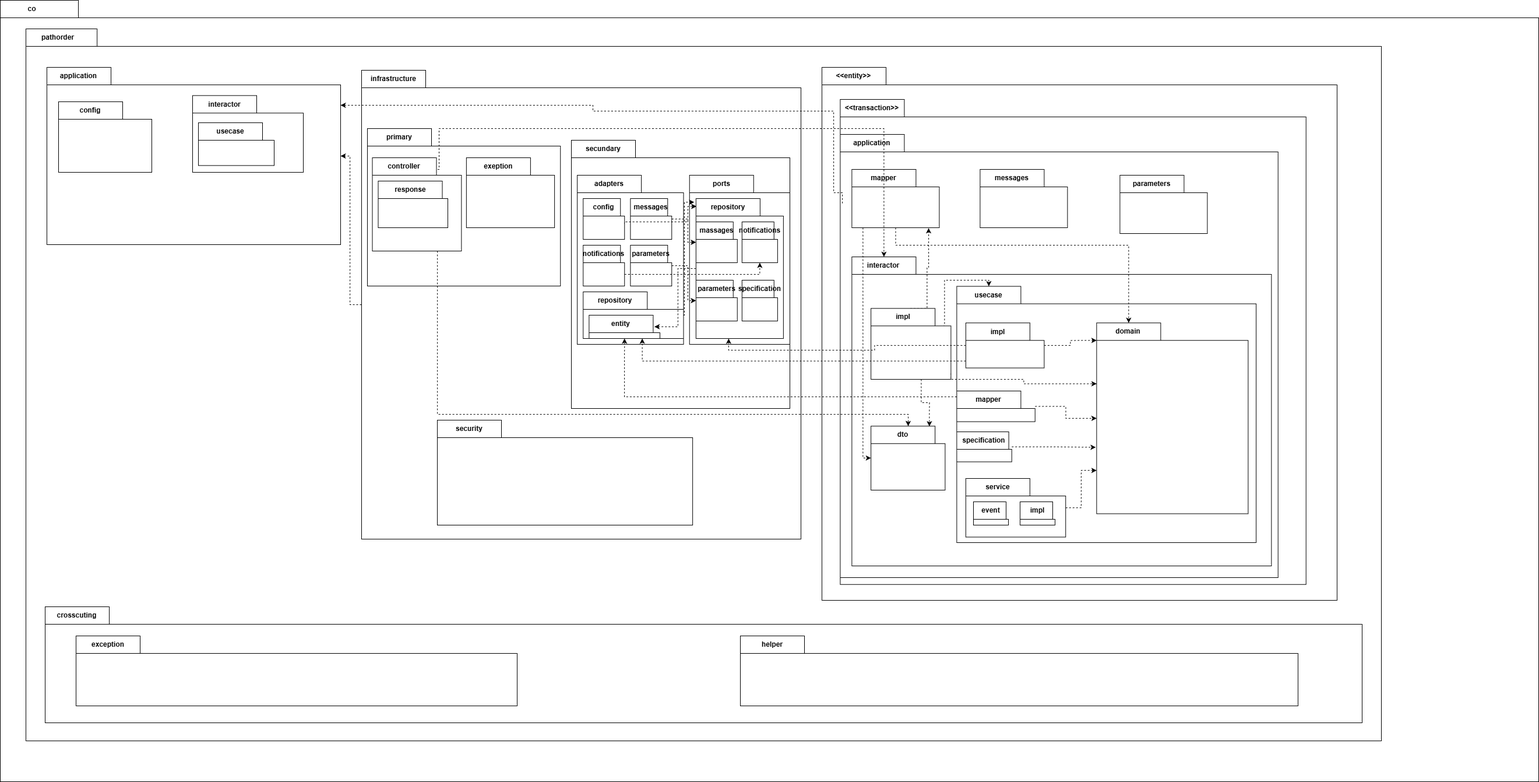
jeanortiz22/PathOrder---Documentacion keeps this draw.io diagram as sf2-Diagrama de paquetes back end.drawio.png. Above is the earlier version. Source tidied: cells renumbered, new cells last; positions are measured from the earlier drawing's top-left corner, leaving out a move shared by most shapes.
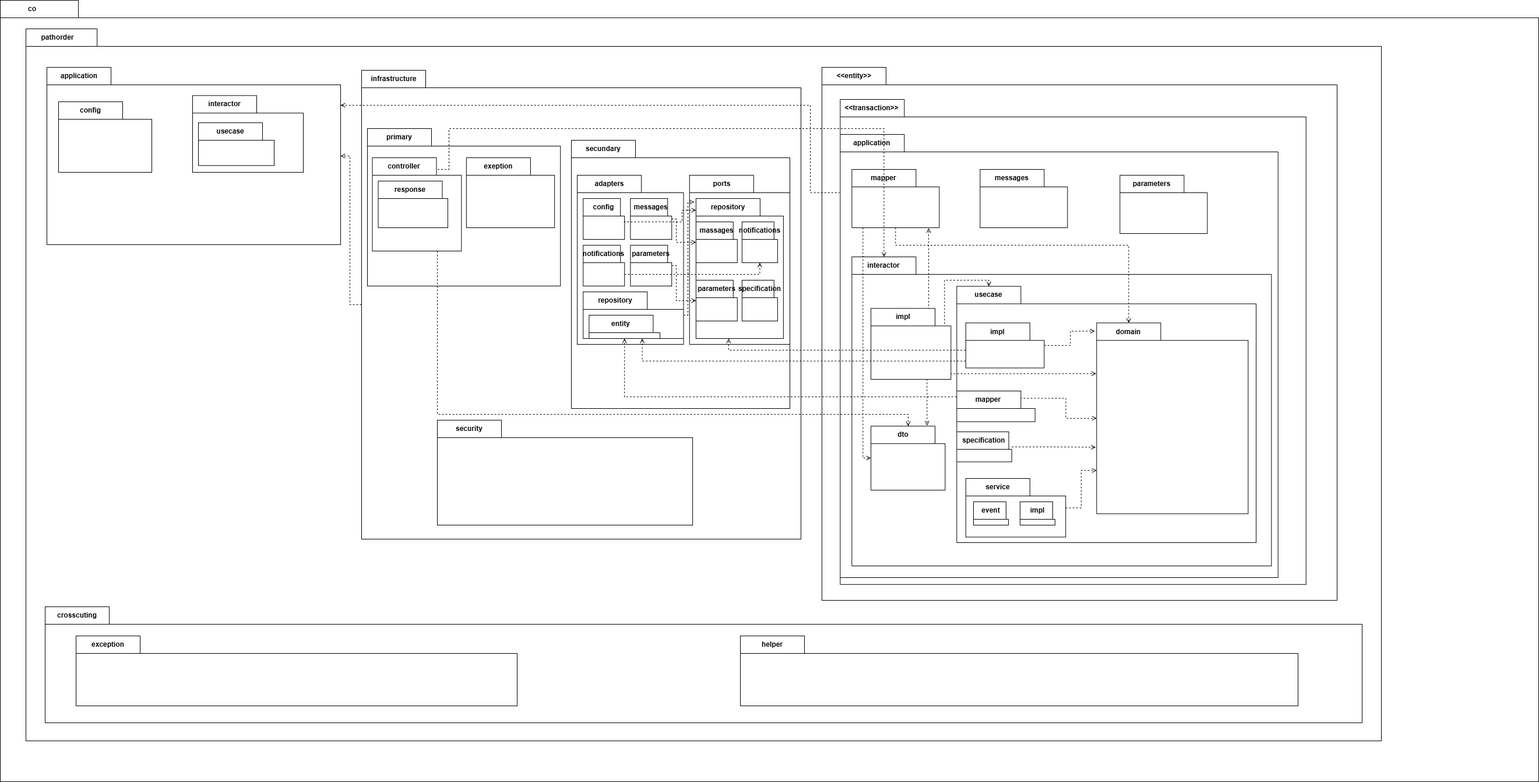
After the change.

Commit message:
Ajusta bien el de paquetes backend

The edit, as a diff of the source:
```diff
@@ -40,7 +40,7 @@
         <mxPoint y="30" as="offset" />
       </mxGeometry>
     </mxCell>
-    <mxCell id="12" style="edgeStyle=orthogonalEdgeStyle;rounded=0;jettySize=auto;html=1;dashed=1;" parent="3" edge="1" source="13" target="4">
+    <mxCell id="12" style="edgeStyle=orthogonalEdgeStyle;rounded=0;jettySize=auto;html=1;dashed=1;endArrow=open;endFill=0;" parent="3" edge="1" source="13" target="4">
       <mxGeometry relative="1" as="geometry" />
     </mxCell>
     <mxCell id="13" value="infrastructure" style="shape=folder;fontStyle=1;tabWidth=110;tabHeight=30;tabPosition=left;html=1;boundedLbl=1;labelInHeader=1;whiteSpace=wrap;" parent="3" vertex="1">
@@ -171,45 +171,45 @@
         <mxPoint y="30" as="offset" />
       </mxGeometry>
     </mxCell>
-    <mxCell id="45" style="edgeStyle=orthogonalEdgeStyle;rounded=0;jettySize=auto;html=1;dashed=1;" parent="17" edge="1" source="23" target="37">
+    <mxCell id="45" style="edgeStyle=orthogonalEdgeStyle;rounded=0;jettySize=auto;html=1;dashed=1;endArrow=open;endFill=0;" parent="17" edge="1" source="23" target="37">
       <mxGeometry relative="1" as="geometry">
         <Array as="points">
-          <mxPoint x="200" y="135" />
-          <mxPoint x="200" y="175" />
+          <mxPoint x="180" y="135" />
+          <mxPoint x="180" y="175" />
         </Array>
       </mxGeometry>
     </mxCell>
-    <mxCell id="46" style="edgeStyle=orthogonalEdgeStyle;rounded=0;jettySize=auto;html=1;dashed=1;" parent="17" edge="1" source="27" target="41">
+    <mxCell id="46" style="edgeStyle=orthogonalEdgeStyle;rounded=0;jettySize=auto;html=1;dashed=1;endArrow=open;endFill=0;" parent="17" edge="1" source="27" target="41">
       <mxGeometry relative="1" as="geometry">
         <Array as="points">
-          <mxPoint x="200" y="215" />
-          <mxPoint x="200" y="275" />
+          <mxPoint x="180" y="215" />
+          <mxPoint x="180" y="275" />
         </Array>
       </mxGeometry>
     </mxCell>
-    <mxCell id="47" style="edgeStyle=orthogonalEdgeStyle;rounded=0;jettySize=auto;html=1;exitX=0;exitY=0;exitDx=70.94086021505376;exitDy=50;exitPerimeter=0;entryX=0.5;entryY=1;entryDx=0;entryDy=0;entryPerimeter=0;dashed=1;" parent="17" edge="1" source="25" target="39">
+    <mxCell id="47" style="edgeStyle=orthogonalEdgeStyle;rounded=0;jettySize=auto;html=1;exitX=0;exitY=0;exitDx=70.94086021505376;exitDy=50;exitPerimeter=0;entryX=0.5;entryY=1;entryDx=0;entryDy=0;entryPerimeter=0;dashed=1;endArrow=open;endFill=0;" parent="17" edge="1" source="25" target="39">
       <mxGeometry relative="1" as="geometry" />
     </mxCell>
-    <mxCell id="48" style="edgeStyle=orthogonalEdgeStyle;rounded=0;jettySize=auto;html=1;exitX=0;exitY=0;exitDx=70.94086021505376;exitDy=50;exitPerimeter=0;entryX=0.005;entryY=0.056;entryDx=0;entryDy=0;entryPerimeter=0;dashed=1;" parent="17" edge="1" source="21" target="35">
+    <mxCell id="48" style="edgeStyle=orthogonalEdgeStyle;rounded=0;jettySize=auto;html=1;entryX=0.001;entryY=0.085;entryDx=0;entryDy=0;entryPerimeter=0;dashed=1;endArrow=open;endFill=0;" parent="17" edge="1" target="35">
       <mxGeometry relative="1" as="geometry">
+        <mxPoint x="90" y="140" as="sourcePoint" />
         <Array as="points">
-          <mxPoint x="91" y="140" />
-          <mxPoint x="200" y="140" />
-          <mxPoint x="200" y="113" />
+          <mxPoint x="90" y="140" />
+          <mxPoint x="190" y="140" />
+          <mxPoint x="190" y="120" />
+          <mxPoint x="214" y="120" />
         </Array>
       </mxGeometry>
     </mxCell>
-    <mxCell id="49" style="edgeStyle=orthogonalEdgeStyle;rounded=0;jettySize=auto;html=1;entryX=-0.02;entryY=0.026;entryDx=0;entryDy=0;entryPerimeter=0;dashed=1;" parent="17" edge="1" source="29" target="35">
+    <mxCell id="49" style="edgeStyle=orthogonalEdgeStyle;rounded=0;jettySize=auto;html=1;dashed=1;endArrow=open;endFill=0;" parent="17" edge="1" source="29">
       <mxGeometry relative="1" as="geometry">
+        <mxPoint x="211" y="106" as="targetPoint" />
         <Array as="points">
-          <mxPoint x="194" y="300" />
-          <mxPoint x="194" y="106" />
+          <mxPoint x="200" y="300" />
+          <mxPoint x="200" y="106" />
         </Array>
       </mxGeometry>
     </mxCell>
-    <mxCell id="50" style="edgeStyle=orthogonalEdgeStyle;rounded=0;jettySize=auto;html=1;entryX=0.922;entryY=0.494;entryDx=0;entryDy=0;entryPerimeter=0;dashed=1;" parent="17" edge="1" source="35" target="31">
-      <mxGeometry relative="1" as="geometry" />
-    </mxCell>
     <mxCell id="51" value="primary" style="shape=folder;fontStyle=1;tabWidth=110;tabHeight=30;tabPosition=left;html=1;boundedLbl=1;labelInHeader=1;whiteSpace=wrap;" parent="13" vertex="1">
       <mxGeometry x="10" y="100" width="331.2" height="270" as="geometry" />
     </mxCell>
@@ -309,7 +309,7 @@
         <mxPoint y="30" as="offset" />
       </mxGeometry>
     </mxCell>
-    <mxCell id="76" style="edgeStyle=orthogonalEdgeStyle;rounded=0;jettySize=auto;html=1;dashed=1;" parent="70" edge="1" source="77" target="74">
+    <mxCell id="76" style="edgeStyle=orthogonalEdgeStyle;rounded=0;jettySize=auto;html=1;dashed=1;exitX=0.809;exitY=0.237;exitDx=0;exitDy=0;exitPerimeter=0;endArrow=open;endFill=0;" parent="70" edge="1" source="77" target="74">
       <mxGeometry relative="1" as="geometry" />
     </mxCell>
     <mxCell id="77" value="mapper" style="shape=folder;fontStyle=1;tabWidth=110;tabHeight=30;tabPosition=left;html=1;boundedLbl=1;labelInHeader=1;whiteSpace=wrap;" parent="70" vertex="1">
@@ -352,24 +352,24 @@
         <mxPoint y="30" as="offset" />
       </mxGeometry>
     </mxCell>
-    <mxCell id="87" style="edgeStyle=orthogonalEdgeStyle;rounded=0;jettySize=auto;html=1;entryX=0;entryY=0;entryDx=0;entryDy=30;entryPerimeter=0;dashed=1;" parent="70" edge="1" source="72" target="74">
+    <mxCell id="87" style="edgeStyle=orthogonalEdgeStyle;rounded=0;jettySize=auto;html=1;entryX=-0.012;entryY=0.043;entryDx=0;entryDy=0;entryPerimeter=0;dashed=1;endArrow=open;endFill=0;" parent="70" edge="1" source="72" target="74">
       <mxGeometry relative="1" as="geometry" />
     </mxCell>
-    <mxCell id="88" style="edgeStyle=orthogonalEdgeStyle;rounded=0;jettySize=auto;html=1;entryX=-0.006;entryY=0.652;entryDx=0;entryDy=0;entryPerimeter=0;dashed=1;" parent="70" edge="1" source="79" target="74">
+    <mxCell id="88" style="edgeStyle=orthogonalEdgeStyle;rounded=0;jettySize=auto;html=1;entryX=-0.006;entryY=0.652;entryDx=0;entryDy=0;entryPerimeter=0;dashed=1;endArrow=open;endFill=0;" parent="70" edge="1" source="79" target="74">
       <mxGeometry relative="1" as="geometry" />
     </mxCell>
-    <mxCell id="89" style="edgeStyle=orthogonalEdgeStyle;rounded=0;jettySize=auto;html=1;entryX=0;entryY=0;entryDx=0;entryDy=252.90749999999997;entryPerimeter=0;dashed=1;" parent="70" edge="1" source="81" target="74">
+    <mxCell id="89" style="edgeStyle=orthogonalEdgeStyle;rounded=0;jettySize=auto;html=1;entryX=0;entryY=0;entryDx=0;entryDy=252.90749999999997;entryPerimeter=0;dashed=1;endArrow=open;endFill=0;" parent="70" edge="1" source="81" target="74">
       <mxGeometry relative="1" as="geometry" />
     </mxCell>
-    <mxCell id="90" style="edgeStyle=orthogonalEdgeStyle;rounded=0;jettySize=auto;html=1;entryX=0.788;entryY=0.004;entryDx=0;entryDy=0;entryPerimeter=0;dashed=1;" parent="64" edge="1" source="66" target="68">
+    <mxCell id="90" style="edgeStyle=orthogonalEdgeStyle;rounded=0;jettySize=auto;html=1;entryX=0.752;entryY=-0.008;entryDx=0;entryDy=0;entryPerimeter=0;dashed=1;exitX=0.75;exitY=1;exitDx=0;exitDy=0;exitPerimeter=0;endArrow=open;endFill=0;" parent="64" edge="1" source="66" target="68">
       <mxGeometry relative="1" as="geometry">
         <Array as="points">
-          <mxPoint x="119" y="250" />
-          <mxPoint x="133" y="250" />
+          <mxPoint x="129" y="210" />
+          <mxPoint x="129" y="289" />
         </Array>
       </mxGeometry>
     </mxCell>
-    <mxCell id="91" style="edgeStyle=orthogonalEdgeStyle;rounded=0;jettySize=auto;html=1;entryX=0;entryY=0;entryDx=55;entryDy=0;entryPerimeter=0;exitX=0;exitY=0;exitDx=123.635;exitDy=30;exitPerimeter=0;dashed=1;" parent="64" edge="1" source="66" target="70">
+    <mxCell id="91" style="edgeStyle=orthogonalEdgeStyle;rounded=0;jettySize=auto;html=1;entryX=0;entryY=0;entryDx=55;entryDy=0;entryPerimeter=0;exitX=0;exitY=0;exitDx=123.635;exitDy=30;exitPerimeter=0;dashed=1;endArrow=open;endFill=0;" parent="64" edge="1" source="66" target="70">
       <mxGeometry relative="1" as="geometry">
         <Array as="points">
           <mxPoint x="159" y="118" />
@@ -378,16 +378,14 @@
         </Array>
       </mxGeometry>
     </mxCell>
-    <mxCell id="92" style="edgeStyle=orthogonalEdgeStyle;rounded=0;jettySize=auto;html=1;exitX=0;exitY=0;exitDx=137.27;exitDy=98.7525;exitPerimeter=0;entryX=0;entryY=0;entryDx=0;entryDy=104.3025;entryPerimeter=0;dashed=1;" parent="64" edge="1" source="66" target="74">
+    <mxCell id="92" style="edgeStyle=orthogonalEdgeStyle;rounded=0;jettySize=auto;html=1;exitX=0;exitY=0;exitDx=137.27;exitDy=98.7525;exitPerimeter=0;dashed=1;endArrow=open;endFill=0;entryX=-0.003;entryY=0.266;entryDx=0;entryDy=0;entryPerimeter=0;" parent="64" edge="1" source="66" target="74">
       <mxGeometry relative="1" as="geometry">
         <Array as="points">
-          <mxPoint x="170" y="210" />
-          <mxPoint x="295" y="210" />
-          <mxPoint x="295" y="218" />
+          <mxPoint x="170" y="200" />
         </Array>
       </mxGeometry>
     </mxCell>
-    <mxCell id="93" style="edgeStyle=orthogonalEdgeStyle;rounded=0;jettySize=auto;html=1;dashed=1;" parent="62" edge="1" source="94" target="68">
+    <mxCell id="93" style="edgeStyle=orthogonalEdgeStyle;rounded=0;jettySize=auto;html=1;dashed=1;endArrow=open;endFill=0;" parent="62" edge="1" source="94" target="68">
       <mxGeometry relative="1" as="geometry">
         <Array as="points">
           <mxPoint x="39" y="555" />
@@ -418,16 +416,14 @@
         <mxPoint y="30" as="offset" />
       </mxGeometry>
     </mxCell>
-    <mxCell id="100" style="edgeStyle=orthogonalEdgeStyle;rounded=0;jettySize=auto;html=1;entryX=0.878;entryY=1.007;entryDx=0;entryDy=0;entryPerimeter=0;exitX=0;exitY=0;exitDx=55;exitDy=0;exitPerimeter=0;dashed=1;" parent="62" edge="1" source="66" target="94">
+    <mxCell id="100" style="edgeStyle=orthogonalEdgeStyle;rounded=0;jettySize=auto;html=1;entryX=0.878;entryY=1.007;entryDx=0;entryDy=0;entryPerimeter=0;exitX=0;exitY=0;exitDx=55;exitDy=0;exitPerimeter=0;dashed=1;endArrow=open;endFill=0;" parent="62" edge="1" source="66" target="94">
       <mxGeometry relative="1" as="geometry">
         <Array as="points">
-          <mxPoint x="149" y="298" />
-          <mxPoint x="149" y="229" />
-          <mxPoint x="152" y="229" />
+          <mxPoint x="152" y="298" />
         </Array>
       </mxGeometry>
     </mxCell>
-    <mxCell id="101" style="edgeStyle=orthogonalEdgeStyle;rounded=0;jettySize=auto;html=1;entryX=0;entryY=0;entryDx=55;entryDy=0;entryPerimeter=0;dashed=1;" parent="62" edge="1" source="94" target="74">
+    <mxCell id="101" style="edgeStyle=orthogonalEdgeStyle;rounded=0;jettySize=auto;html=1;entryX=0;entryY=0;entryDx=55;entryDy=0;entryPerimeter=0;dashed=1;endArrow=open;endFill=0;" parent="62" edge="1" source="94" target="74">
       <mxGeometry relative="1" as="geometry">
         <Array as="points">
           <mxPoint x="95" y="190" />
@@ -462,30 +458,33 @@
         <mxPoint y="30" as="offset" />
       </mxGeometry>
     </mxCell>
-    <mxCell id="109" style="edgeStyle=orthogonalEdgeStyle;rounded=0;jettySize=auto;html=1;entryX=0.005;entryY=0.158;entryDx=0;entryDy=0;entryPerimeter=0;dashed=1;endArrow=none;endFill=0;startArrow=classic;startFill=1;" parent="3" edge="1" source="4" target="62">
+    <mxCell id="109" style="edgeStyle=orthogonalEdgeStyle;rounded=0;jettySize=auto;html=1;dashed=1;endArrow=none;endFill=0;startArrow=open;startFill=0;" parent="3" edge="1" source="4">
       <mxGeometry relative="1" as="geometry">
+        <mxPoint x="1396" y="281" as="targetPoint" />
         <Array as="points">
-          <mxPoint x="973" y="131" />
-          <mxPoint x="973" y="141" />
-          <mxPoint x="1386" y="141" />
-          <mxPoint x="1386" y="281" />
+          <mxPoint x="1346" y="131" />
+          <mxPoint x="1346" y="281" />
         </Array>
       </mxGeometry>
     </mxCell>
-    <mxCell id="110" style="edgeStyle=orthogonalEdgeStyle;rounded=0;jettySize=auto;html=1;entryX=0.5;entryY=1;entryDx=0;entryDy=0;entryPerimeter=0;dashed=1;" parent="3" edge="1" source="77" target="31">
+    <mxCell id="110" style="edgeStyle=orthogonalEdgeStyle;rounded=0;jettySize=auto;html=1;entryX=0.5;entryY=1;entryDx=0;entryDy=0;entryPerimeter=0;dashed=1;endArrow=open;endFill=0;" parent="3" edge="1" source="77" target="31">
       <mxGeometry relative="1" as="geometry">
         <Array as="points">
           <mxPoint x="1027" y="631" />
         </Array>
       </mxGeometry>
     </mxCell>
-    <mxCell id="111" style="edgeStyle=orthogonalEdgeStyle;rounded=0;jettySize=auto;html=1;entryX=0.374;entryY=1;entryDx=0;entryDy=0;entryPerimeter=0;dashed=1;" parent="3" edge="1" source="72" target="35">
-      <mxGeometry relative="1" as="geometry" />
+    <mxCell id="111" style="edgeStyle=orthogonalEdgeStyle;rounded=0;jettySize=auto;html=1;entryX=0.374;entryY=1;entryDx=0;entryDy=0;entryPerimeter=0;dashed=1;endArrow=open;endFill=0;" parent="3" edge="1" source="72" target="35">
+      <mxGeometry relative="1" as="geometry">
+        <Array as="points">
+          <mxPoint x="1206" y="551" />
+        </Array>
+      </mxGeometry>
     </mxCell>
-    <mxCell id="112" style="edgeStyle=orthogonalEdgeStyle;rounded=0;jettySize=auto;html=1;exitX=0;exitY=0;exitDx=0;exitDy=65.4075;exitPerimeter=0;entryX=0.75;entryY=1;entryDx=0;entryDy=0;entryPerimeter=0;dashed=1;" parent="3" edge="1" source="72" target="31">
+    <mxCell id="112" style="edgeStyle=orthogonalEdgeStyle;rounded=0;jettySize=auto;html=1;exitX=0;exitY=0;exitDx=0;exitDy=65.4075;exitPerimeter=0;entryX=0.75;entryY=1;entryDx=0;entryDy=0;entryPerimeter=0;dashed=1;endArrow=open;endFill=0;" parent="3" edge="1" source="72" target="31">
       <mxGeometry relative="1" as="geometry" />
     </mxCell>
-    <mxCell id="113" style="edgeStyle=orthogonalEdgeStyle;rounded=0;jettySize=auto;html=1;dashed=1;" parent="3" edge="1" source="53" target="68">
+    <mxCell id="113" style="edgeStyle=orthogonalEdgeStyle;rounded=0;jettySize=auto;html=1;dashed=1;endArrow=open;endFill=0;" parent="3" edge="1" source="53" target="68">
       <mxGeometry relative="1" as="geometry">
         <Array as="points">
           <mxPoint x="706" y="661" />
@@ -493,12 +492,12 @@
         </Array>
       </mxGeometry>
     </mxCell>
-    <mxCell id="114" style="edgeStyle=orthogonalEdgeStyle;rounded=0;jettySize=auto;html=1;entryX=0;entryY=0;entryDx=55;entryDy=0;entryPerimeter=0;dashed=1;exitX=0;exitY=0;exitDx=110;exitDy=30;exitPerimeter=0;" parent="3" edge="1" source="53" target="64">
+    <mxCell id="114" style="edgeStyle=orthogonalEdgeStyle;rounded=0;jettySize=auto;html=1;entryX=0;entryY=0;entryDx=55;entryDy=0;entryPerimeter=0;dashed=1;exitX=0;exitY=0;exitDx=110;exitDy=30;exitPerimeter=0;endArrow=open;endFill=0;" parent="3" edge="1" source="53" target="64">
       <mxGeometry relative="1" as="geometry">
         <Array as="points">
-          <mxPoint x="705" y="241" />
-          <mxPoint x="709" y="241" />
-          <mxPoint x="709" y="171" />
+          <mxPoint x="704" y="241" />
+          <mxPoint x="726" y="241" />
+          <mxPoint x="726" y="171" />
           <mxPoint x="1472" y="171" />
         </Array>
       </mxGeometry>
```
